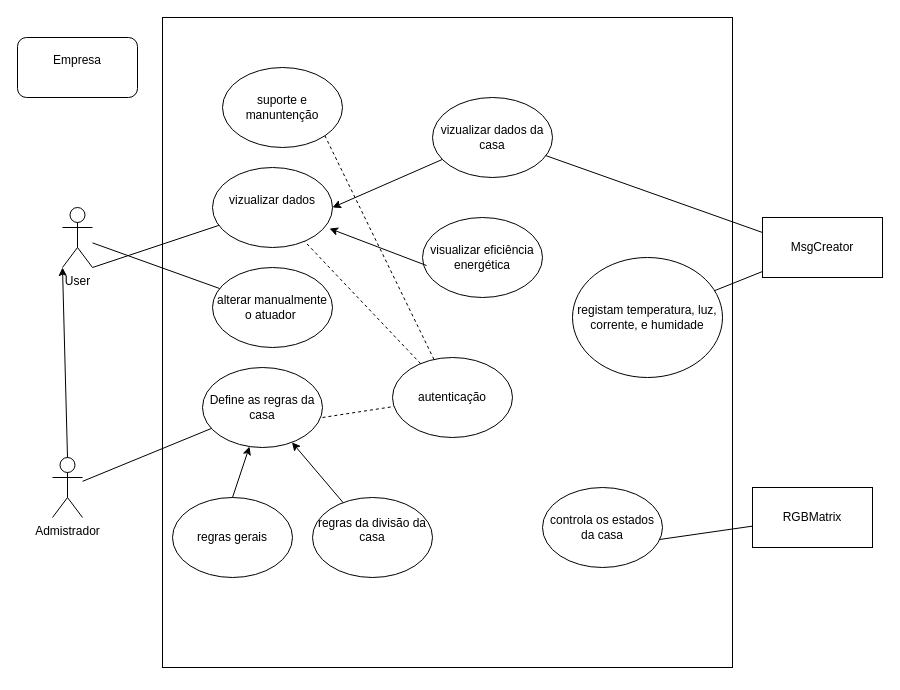
This is Untitled Diagram.drawio from Henrique8/Sinf, a draw.io file, before an edit. Source tidied: cells renumbered, new cells numbered last; positions are measured from the earlier drawing's top-left corner, leaving out a move shared by most shapes. Both pictures are drawn from the tidied source at 100%, with x=0, y=0 at pixel (17, 17).
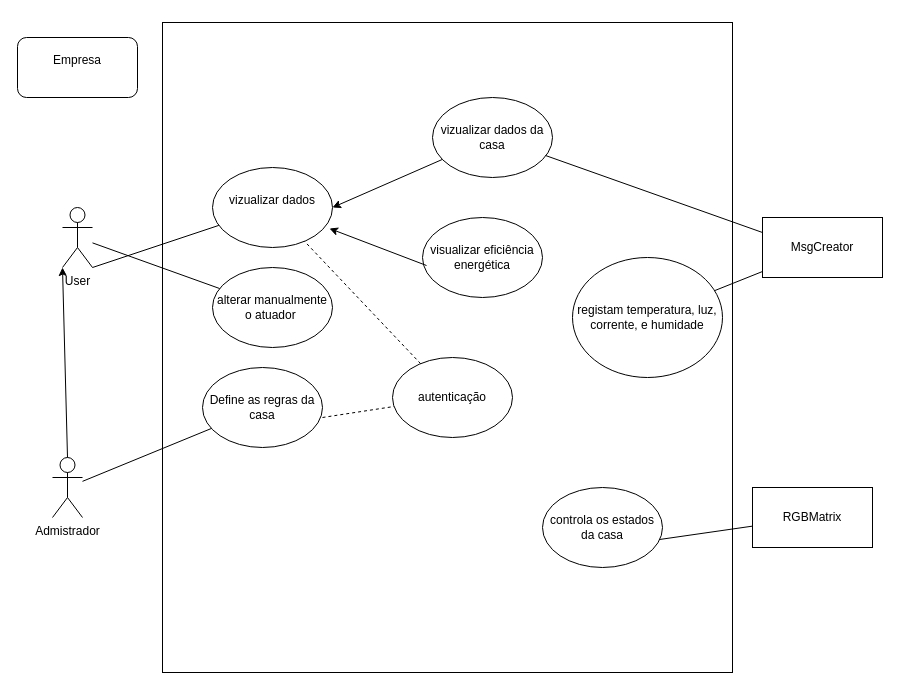
The same page after the edit.

The change refers to these unchanged cells:
```xml
<mxCell id="8" value="autenticação" style="ellipse;whiteSpace=wrap;html=1;" parent="1" vertex="1">
  <mxGeometry x="375" y="340" width="120" height="80" as="geometry" />
</mxCell>
<mxCell id="11" value="Define as regras da casa" style="ellipse;whiteSpace=wrap;html=1;" parent="1" vertex="1">
  <mxGeometry x="185" y="350" width="120" height="80" as="geometry" />
</mxCell>
```

What changed in the source:
```diff
@@
     <mxCell id="2" style="rounded=0;whiteSpace=wrap;html=1;" parent="1" vertex="1">
-      <mxGeometry x="145" width="570" height="650" as="geometry" />
+      <mxGeometry x="145" y="5" width="570" height="650" as="geometry" />
     </mxCell>
@@
-    <mxCell id="7" value="suporte e manuntenção" style="ellipse;whiteSpace=wrap;html=1;" parent="1" vertex="1">
-      <mxGeometry x="205" y="50" width="120" height="80" as="geometry" />
-    </mxCell>
@@
-    <mxCell id="12" value="regras gerais" style="ellipse;whiteSpace=wrap;html=1;" parent="1" vertex="1">
-      <mxGeometry x="155" y="480" width="120" height="80" as="geometry" />
-    </mxCell>
-    <mxCell id="13" value="regras da divisão da casa&lt;br&gt;&lt;br&gt;" style="ellipse;whiteSpace=wrap;html=1;" parent="1" vertex="1">
-      <mxGeometry x="295" y="480" width="120" height="80" as="geometry" />
-    </mxCell>
@@
-    <mxCell id="23" style="endArrow=none;dashed=1;html=1;entryX=1;entryY=1;entryDx=0;entryDy=0;" parent="1" edge="1" source="8" target="7">
-      <mxGeometry relative="1" as="geometry" />
-    </mxCell>
@@
-    <mxCell id="25" style="endArrow=classic;html=1;" parent="1" edge="1" target="11">
-      <mxGeometry relative="1" as="geometry">
-        <mxPoint x="215" y="480" as="sourcePoint" />
-      </mxGeometry>
-    </mxCell>
-    <mxCell id="26" style="endArrow=classic;html=1;" parent="1" edge="1" source="13" target="11">
-      <mxGeometry relative="1" as="geometry" />
-    </mxCell>
```
